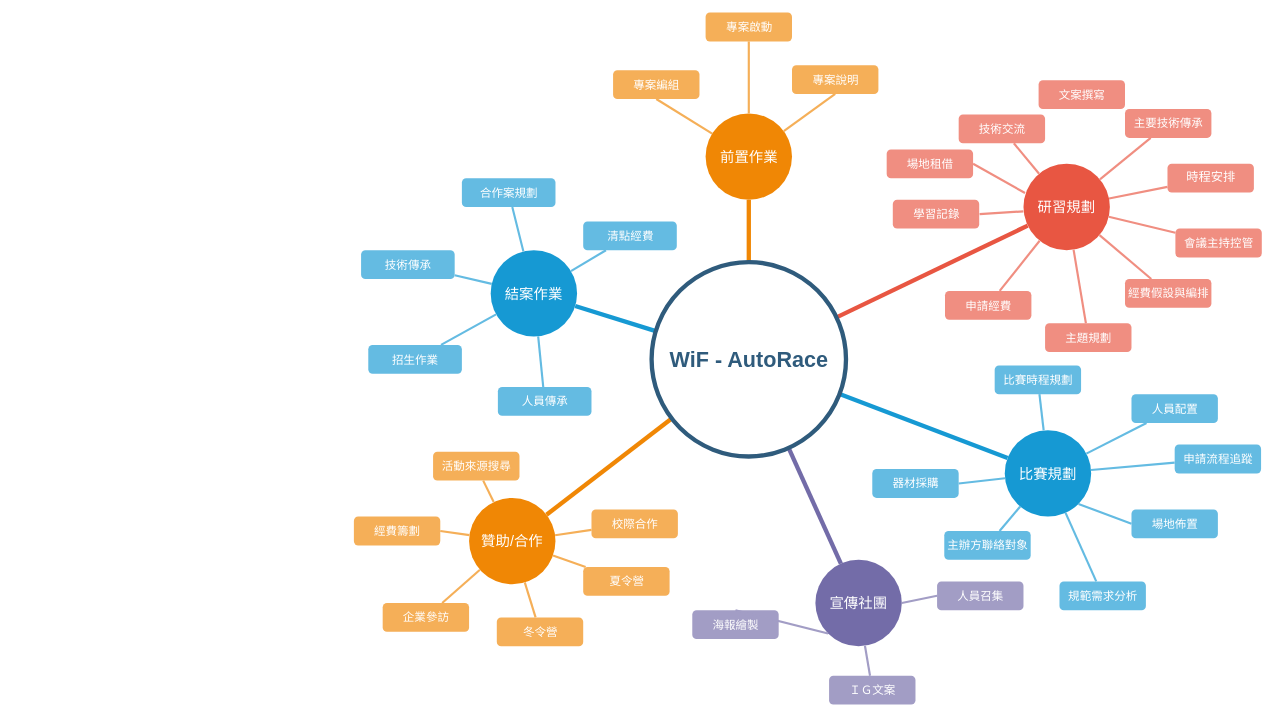
WiFAutoRace/First-record keeps this draw.io diagram as Untitled Diagram.drawio. Above is the earlier version. Source tidied: cells renumbered, new cells numbered last; positions are measured from the earlier drawing's top-left corner, leaving out a move shared by most shapes. Both pictures are drawn from the tidied source at 72%, with x=0, y=0 at pixel (13, 12).
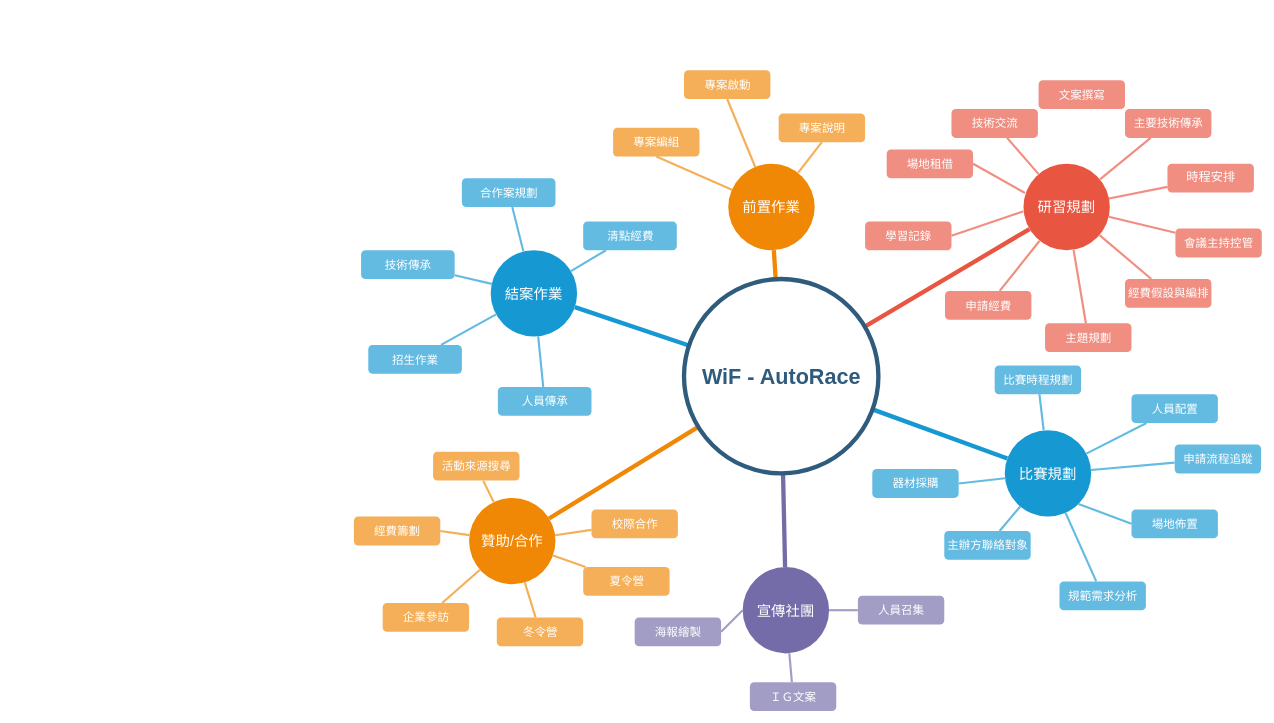
The same diagram, later.

Diff of the diagram source:
```diff
@@
-    <mxCell id="3" value="前置作業" style="ellipse;whiteSpace=wrap;html=1;shadow=0;fontFamily=Helvetica;fontSize=20;fontColor=#FFFFFF;align=center;strokeWidth=3;fillColor=#F08705;strokeColor=none;gradientColor=none;" parent="1" vertex="1">
-      <mxGeometry x="961.5" y="140" width="120" height="120" as="geometry" />
+    <mxCell id="3" value="前置作業" style="ellipse;whiteSpace=wrap;html=1;shadow=0;fontFamily=Helvetica;fontSize=20;fontColor=#FFFFFF;align=center;strokeWidth=3;fillColor=#F08705;strokeColor=none;gradientColor=none;direction=south;" parent="1" vertex="1">
+      <mxGeometry x="993" y="210" width="120" height="120" as="geometry" />
     </mxCell>
@@
     <mxCell id="6" value="宣傳社團" style="ellipse;whiteSpace=wrap;html=1;shadow=0;fontFamily=Helvetica;fontSize=20;fontColor=#FFFFFF;align=center;strokeWidth=3;fillColor=#736ca8;strokeColor=none;" parent="1" vertex="1">
-      <mxGeometry x="1114" y="760" width="120" height="120" as="geometry" />
+      <mxGeometry x="1013" y="770" width="120" height="120" as="geometry" />
     </mxCell>
@@
     <mxCell id="30" value="&lt;font style=&quot;font-size: 16px;&quot;&gt;學習記錄&lt;/font&gt;" style="rounded=1;fillColor=#f08e81;strokeColor=none;strokeWidth=3;shadow=0;html=1;fontColor=#FFFFFF;" parent="1" vertex="1">
-      <mxGeometry x="1221.5" y="260" width="120" height="40" as="geometry" />
+      <mxGeometry x="1183" y="290" width="120" height="40" as="geometry" />
     </mxCell>
     <mxCell id="31" value="&lt;font style=&quot;font-size: 16px;&quot;&gt;技術交流&lt;/font&gt;" style="rounded=1;fillColor=#f08e81;strokeColor=none;strokeWidth=3;shadow=0;html=1;fontColor=#FFFFFF;" parent="1" vertex="1">
-      <mxGeometry x="1313" y="141.5" width="120" height="40" as="geometry" />
+      <mxGeometry x="1303" y="134" width="120" height="40" as="geometry" />
     </mxCell>
@@
     <mxCell id="54" value="&lt;font style=&quot;font-size: 16px;&quot;&gt;ＩＧ文案&lt;/font&gt;" style="rounded=1;fillColor=#a29dc5;strokeColor=none;strokeWidth=3;shadow=0;html=1;fontColor=#FFFFFF;" parent="1" vertex="1">
-      <mxGeometry x="1133" y="921" width="120" height="40" as="geometry" />
+      <mxGeometry x="1023" y="930" width="120" height="40" as="geometry" />
     </mxCell>
@@
     <mxCell id="67" value="WiF - AutoRace" style="ellipse;whiteSpace=wrap;html=1;shadow=0;fontFamily=Helvetica;fontSize=30;fontColor=#2F5B7C;align=center;strokeColor=#2F5B7C;strokeWidth=6;fillColor=#FFFFFF;fontStyle=1;gradientColor=none;" parent="1" vertex="1">
-      <mxGeometry x="886.5" y="346.5" width="270" height="270" as="geometry" />
+      <mxGeometry x="931.5" y="370" width="270" height="270" as="geometry" />
     </mxCell>
@@
     <mxCell id="70" value="&lt;font size=&quot;3&quot;&gt;海報繪製&lt;/font&gt;" style="rounded=1;fillColor=#a29dc5;strokeColor=none;strokeWidth=3;shadow=0;html=1;fontColor=#FFFFFF;" parent="1" vertex="1">
-      <mxGeometry x="943" y="830" width="120" height="40" as="geometry" />
+      <mxGeometry x="863" y="840" width="120" height="40" as="geometry" />
     </mxCell>
-    <mxCell id="71" style="edgeStyle=none;endArrow=none;strokeWidth=3;strokeColor=#A29DC5;html=1;entryX=0.5;entryY=0;entryDx=0;entryDy=0;exitX=0;exitY=1;exitDx=0;exitDy=0;" parent="1" edge="1" source="6" target="70">
+    <mxCell id="71" style="edgeStyle=none;endArrow=none;strokeWidth=3;strokeColor=#A29DC5;html=1;entryX=1;entryY=0.5;entryDx=0;entryDy=0;exitX=0;exitY=0.5;exitDx=0;exitDy=0;" parent="1" edge="1" source="6" target="70">
       <mxGeometry x="-1174" y="-408.5" as="geometry" />
     </mxCell>
     <mxCell id="72" value="&lt;font style=&quot;font-size: 16px;&quot;&gt;人員召集&lt;/font&gt;" style="rounded=1;fillColor=#a29dc5;strokeColor=none;strokeWidth=3;shadow=0;html=1;fontColor=#FFFFFF;" parent="1" vertex="1">
-      <mxGeometry x="1283" y="790" width="120" height="40" as="geometry" />
+      <mxGeometry x="1173" y="810" width="120" height="40" as="geometry" />
     </mxCell>
@@
-    <mxCell id="74" style="edgeStyle=none;endArrow=none;strokeWidth=3;strokeColor=#F08E81;html=1;" parent="1" edge="1">
+    <mxCell id="74" style="edgeStyle=none;endArrow=none;strokeWidth=3;strokeColor=#F08E81;html=1;entryX=1;entryY=0.5;entryDx=0;entryDy=0;" parent="1" edge="1" target="30">
       <mxGeometry x="31" y="106.5" as="geometry">
         <mxPoint x="1403" y="276" as="sourcePoint" />
-        <mxPoint x="1342" y="280" as="targetPoint" />
       </mxGeometry>
     </mxCell>
@@
     <mxCell id="77" value="&lt;font size=&quot;3&quot;&gt;專案啟動&lt;/font&gt;" style="rounded=1;fillColor=#f5af58;strokeColor=none;strokeWidth=3;shadow=0;html=1;fontColor=#FFFFFF;" parent="1" vertex="1">
-      <mxGeometry x="961.5" width="120" height="40" as="geometry" />
+      <mxGeometry x="931.5" y="80" width="120" height="40" as="geometry" />
     </mxCell>
     <mxCell id="78" value="&lt;font size=&quot;3&quot;&gt;專案編組&lt;/font&gt;" style="rounded=1;fillColor=#f5af58;strokeColor=none;strokeWidth=3;shadow=0;html=1;fontColor=#FFFFFF;" parent="1" vertex="1">
-      <mxGeometry x="833" y="80" width="120" height="40" as="geometry" />
+      <mxGeometry x="833" y="160" width="120" height="40" as="geometry" />
     </mxCell>
     <mxCell id="79" value="&lt;font size=&quot;3&quot;&gt;專案說明&lt;/font&gt;" style="rounded=1;fillColor=#f5af58;strokeColor=none;strokeWidth=3;shadow=0;html=1;fontColor=#FFFFFF;" parent="1" vertex="1">
-      <mxGeometry x="1081.5" y="73" width="120" height="40" as="geometry" />
+      <mxGeometry x="1063" y="140" width="120" height="40" as="geometry" />
     </mxCell>
@@
+    <mxCell id="84" style="edgeStyle=orthogonalEdgeStyle;rounded=0;orthogonalLoop=1;jettySize=auto;html=1;exitX=0.5;exitY=1;exitDx=0;exitDy=0;" parent="1" edge="1" source="30" target="30">
+      <mxGeometry relative="1" as="geometry" />
+    </mxCell>
```
